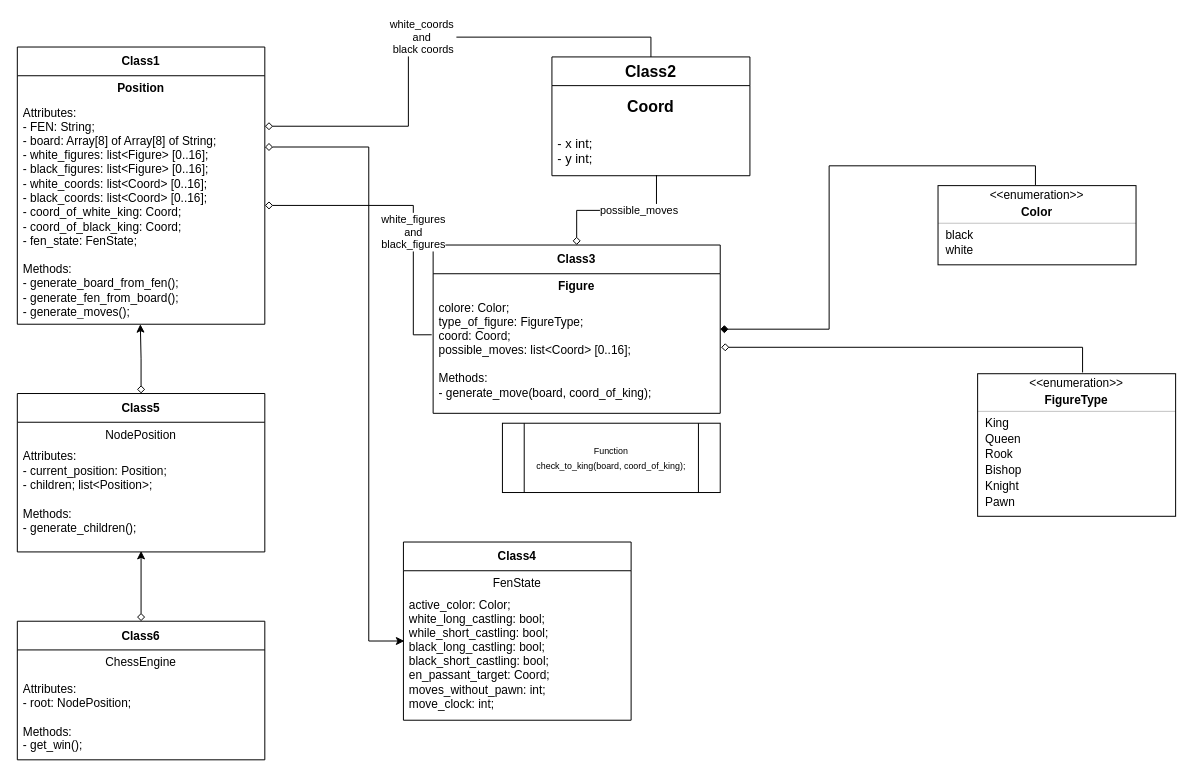
This is project_architecture;.drawio from IgorVolokho99/Chess-engine, a draw.io file, before an edit. Source tidied: cells renumbered, new cells numbered last; positions are measured from the earlier drawing's top-left corner, leaving out a move shared by most shapes. Both pictures are drawn from the tidied source at 99%, with x=0, y=0 at pixel (17, 37).
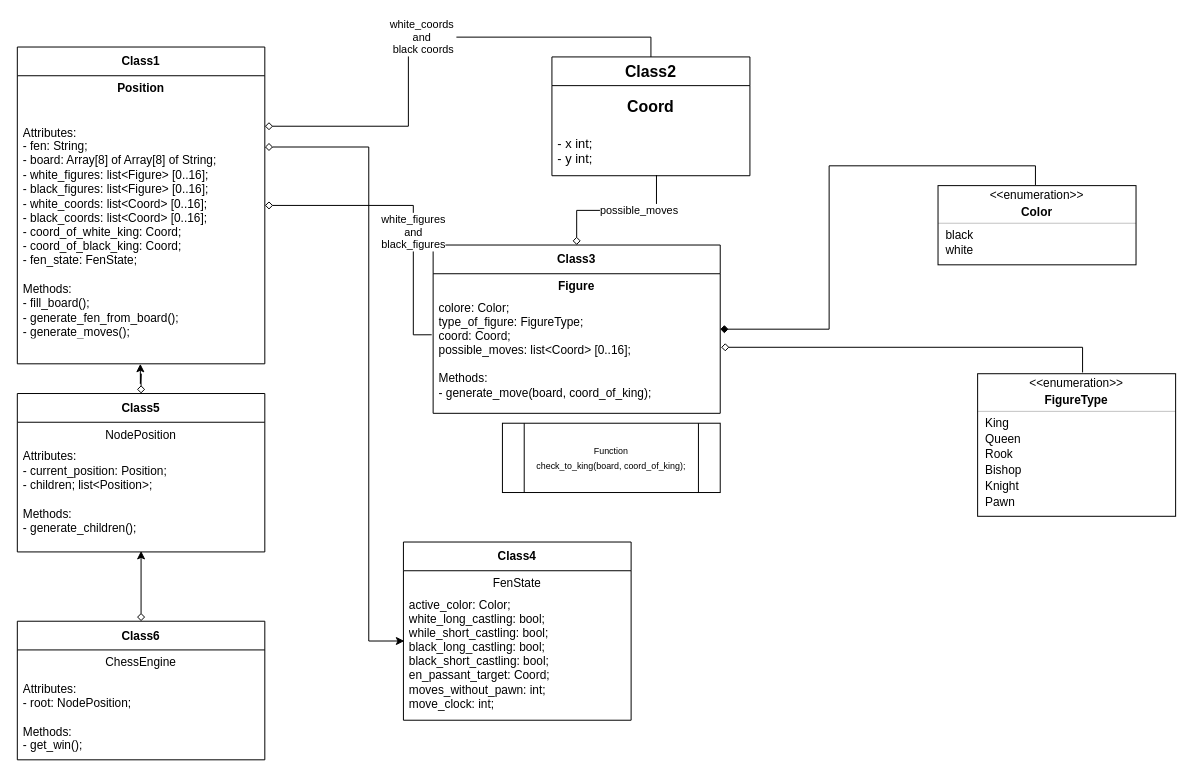
After the change.

What changed in the source:
```diff
@@
     <mxCell id="5" value="Class1" style="swimlane;fontStyle=1;align=center;verticalAlign=middle;horizontal=1;startSize=29;html=1;whiteSpace=wrap;" parent="1" vertex="1">
-      <mxGeometry y="10" width="250" height="280" as="geometry" />
+      <mxGeometry y="10" width="250" height="320" as="geometry" />
     </mxCell>
@@
-    <mxCell id="7" value="&lt;div&gt;Attributes:&lt;/div&gt;- FEN: String;&lt;div&gt;- board: Array[8] of Array[8] of String;&lt;/div&gt;&lt;div&gt;- white_figures: list&amp;lt;Figure&amp;gt; [0..16];&lt;/div&gt;&lt;div&gt;- black_figures: list&amp;lt;Figure&amp;gt; [0..16];&lt;/div&gt;&lt;div&gt;- white_coords: list&amp;lt;Coord&amp;gt; [0..16];&lt;/div&gt;&lt;div&gt;- black_coords: list&amp;lt;Coord&amp;gt; [0..16];&lt;/div&gt;&lt;div&gt;- coord_of_white_king: Coord;&lt;/div&gt;&lt;div&gt;- coord_of_black_king: Coord;&lt;/div&gt;&lt;div&gt;- fen_state: FenState;&lt;/div&gt;&lt;div&gt;&lt;br&gt;&lt;/div&gt;&lt;div&gt;Methods:&lt;/div&gt;&lt;div&gt;- generate_board_from_fen();&lt;/div&gt;&lt;div&gt;- generate_fen_from_board();&lt;/div&gt;&lt;div&gt;- generate_moves();&lt;/div&gt;" style="text;html=1;strokeColor=none;fillColor=none;align=left;verticalAlign=middle;spacingLeft=4;spacingRight=4;overflow=hidden;points=[[0,0.5],[1,0.5]];portConstraint=eastwest;whiteSpace=wrap;" parent="5" vertex="1">
-      <mxGeometry y="54" width="250" height="226" as="geometry" />
+    <mxCell id="7" value="&lt;div&gt;Attributes:&lt;/div&gt;- fen: String;&lt;div&gt;- board: Array[8] of Array[8] of String;&lt;/div&gt;&lt;div&gt;- white_figures: list&amp;lt;Figure&amp;gt; [0..16];&lt;/div&gt;&lt;div&gt;- black_figures: list&amp;lt;Figure&amp;gt; [0..16];&lt;/div&gt;&lt;div&gt;- white_coords: list&amp;lt;Coord&amp;gt; [0..16];&lt;/div&gt;&lt;div&gt;- black_coords: list&amp;lt;Coord&amp;gt; [0..16];&lt;/div&gt;&lt;div&gt;- coord_of_white_king: Coord;&lt;/div&gt;&lt;div&gt;- coord_of_black_king: Coord;&lt;/div&gt;&lt;div&gt;- fen_state: FenState;&lt;/div&gt;&lt;div&gt;&lt;br&gt;&lt;/div&gt;&lt;div&gt;Methods:&lt;/div&gt;&lt;div&gt;- fill_board();&lt;/div&gt;&lt;div&gt;- generate_fen_from_board();&lt;/div&gt;&lt;div&gt;- generate_moves();&lt;/div&gt;" style="text;html=1;strokeColor=none;fillColor=none;align=left;verticalAlign=middle;spacingLeft=4;spacingRight=4;overflow=hidden;points=[[0,0.5],[1,0.5]];portConstraint=eastwest;whiteSpace=wrap;" parent="5" vertex="1">
+      <mxGeometry y="54" width="250" height="266" as="geometry" />
     </mxCell>
```
